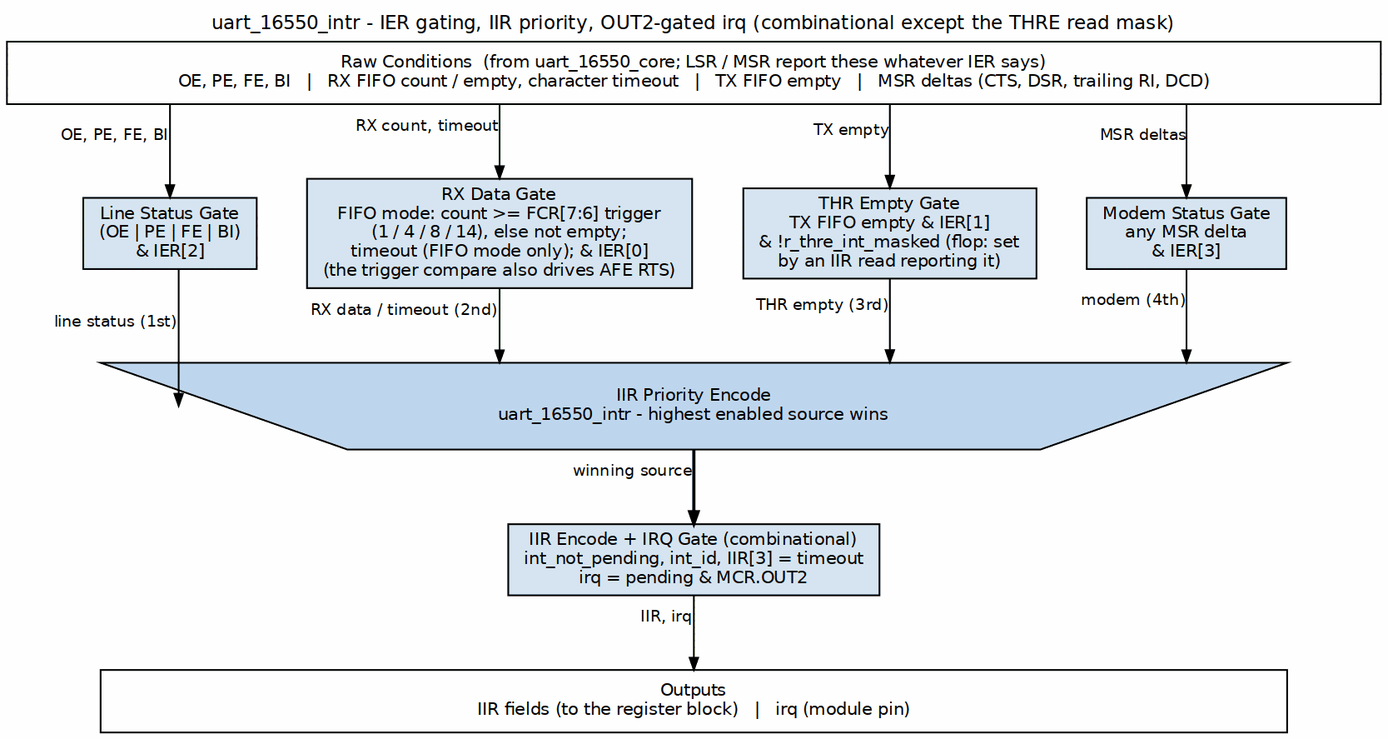
Above: projects/components/legacy-ip/retro_legacy_blocks/docs/uart_16550_mas/assets/graphviz/uart_interrupt.png in sean-galloway/RTLDesignSherpa (Graphviz), before the change. Its source is kept beside it as projects/components/legacy-ip/retro_legacy_blocks/docs/uart_16550_mas/assets/graphviz/uart_interrupt.dot.
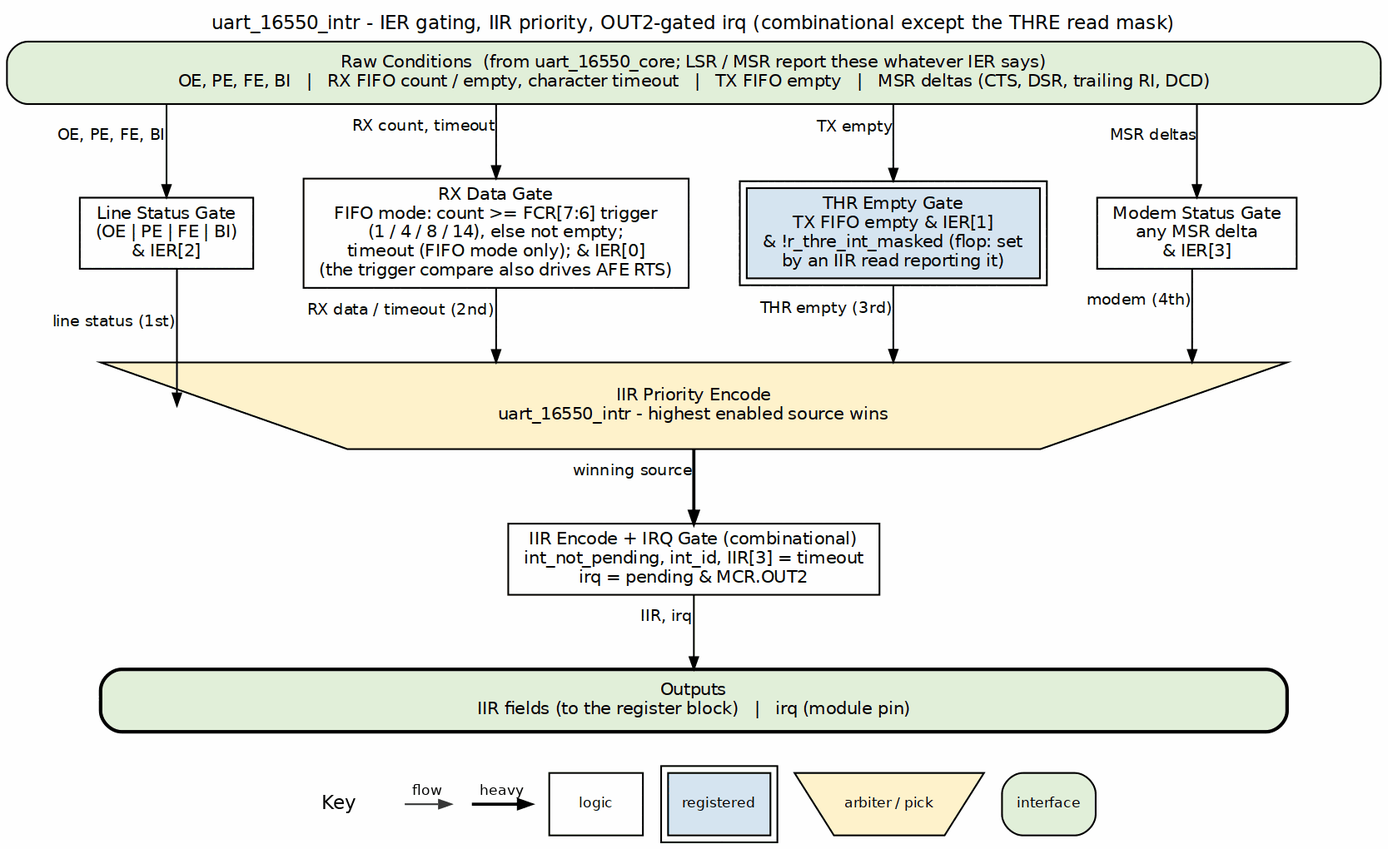
Later version of the same file.

What changed in the source:
```diff
@@ -3,21 +3,21 @@
            nodesep="0.40", ranksep="0.60", splines=ortho, newrank=true,
            label="uart_16550_intr - IER gating, IIR priority, OUT2-gated irq (combinational except the THRE read mask)", labelloc=t, labeljust=c];
     node  [fontname="Helvetica", fontsize=10, shape=box, style=filled,
-           fillcolor="#D6E4F0", color="black", margin="0.12,0.06"];
+           fillcolor="white", color="black", margin="0.12,0.06"];
     edge  [fontname="Helvetica", fontsize=9, color="black", arrowsize=0.7];
-    port [label="Raw Conditions  (from uart_16550_core; LSR / MSR report these whatever IER says)\nOE, PE, FE, BI   |   RX FIFO count / empty, character timeout   |   TX FIFO empty   |   MSR deltas (CTS, DSR, trailing RI, DCD)", fillcolor="white", width=11.0];
+    port [label="Raw Conditions  (from uart_16550_core; LSR / MSR report these whatever IER says)\nOE, PE, FE, BI   |   RX FIFO count / empty, character timeout   |   TX FIFO empty   |   MSR deltas (CTS, DSR, trailing RI, DCD)", fillcolor="white", width=11.0, style="rounded,filled", fillcolor="#E2EFDA"];
 
-    g_ls [label="Line Status Gate\n(OE | PE | FE | BI)\n& IER[2]"];
-    g_rx [label="RX Data Gate\nFIFO mode: count >= FCR[7:6] trigger\n(1 / 4 / 8 / 14), else not empty;\ntimeout (FIFO mode only); & IER[0]\n(the trigger compare also drives AFE RTS)"];
-    g_tx [label="THR Empty Gate\nTX FIFO empty & IER[1]\n& !r_thre_int_masked (flop: set\nby an IIR read reporting it)"];
-    g_md [label="Modem Status Gate\nany MSR delta\n& IER[3]"];
+    g_ls [label="Line Status Gate\n(OE | PE | FE | BI)\n& IER[2]", style="filled", fillcolor="white"];
+    g_rx [label="RX Data Gate\nFIFO mode: count >= FCR[7:6] trigger\n(1 / 4 / 8 / 14), else not empty;\ntimeout (FIFO mode only); & IER[0]\n(the trigger compare also drives AFE RTS)", style="filled", fillcolor="white"];
+    g_tx [label="THR Empty Gate\nTX FIFO empty & IER[1]\n& !r_thre_int_masked (flop: set\nby an IIR read reporting it)", peripheries=2, style="filled", fillcolor="#D6E4F0"];
+    g_md [label="Modem Status Gate\nany MSR delta\n& IER[3]", style="filled", fillcolor="white"];
 
     pick [shape=invtrapezium, width=9.5, height=0.7, fillcolor="#BFD7EE",
-          label="IIR Priority Encode\nuart_16550_intr - highest enabled source wins"];
+          label="IIR Priority Encode\nuart_16550_intr - highest enabled source wins", style="filled", fillcolor="#FFF2CC"];
 
-    enc [label="IIR Encode + IRQ Gate (combinational)\nint_not_pending, int_id, IIR[3] = timeout\nirq = pending & MCR.OUT2"];
+    enc [label="IIR Encode + IRQ Gate (combinational)\nint_not_pending, int_id, IIR[3] = timeout\nirq = pending & MCR.OUT2", style="filled", fillcolor="white"];
 
-    bar [label="Outputs\nIIR fields (to the register block)   |   irq (module pin)", fillcolor="white", width=9.5];
+    bar [label="Outputs\nIIR fields (to the register block)   |   irq (module pin)", fillcolor="white", width=9.5, style="rounded,filled,bold", fillcolor="#E2EFDA"];
 
     port -> g_ls [xlabel="OE, PE, FE, BI"];
     port -> g_rx [xlabel="RX count, timeout"];
```
